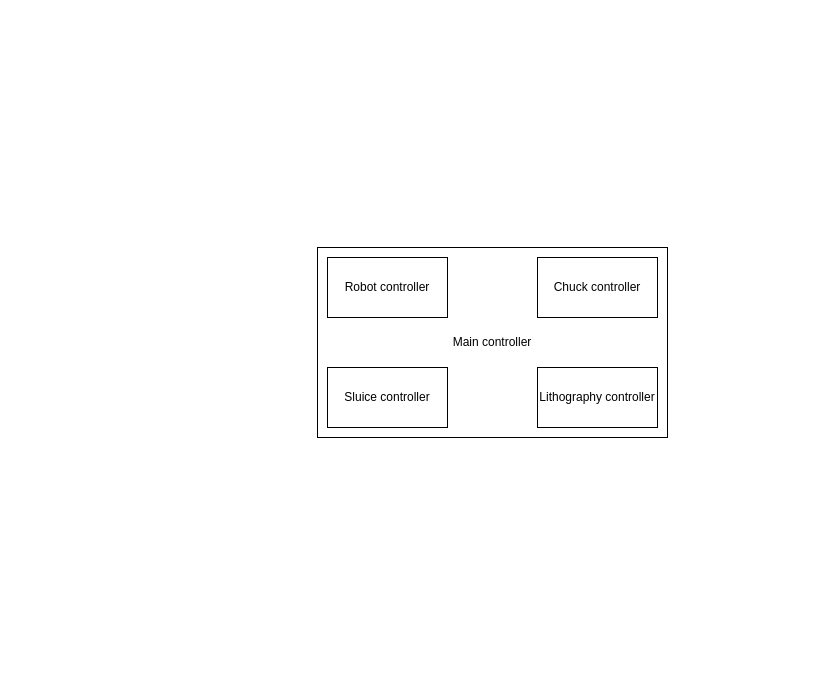
The draw.io diagram Untitled Diagram.drawio in jimvermunt/jimvermunt, before the edit. Source tidied: cells renumbered, new cells numbered last; positions are measured from the earlier drawing's top-left corner, leaving out a move shared by most shapes. Both pictures are drawn from the tidied source at 100%, with x=0, y=0 at pixel (317, 247).
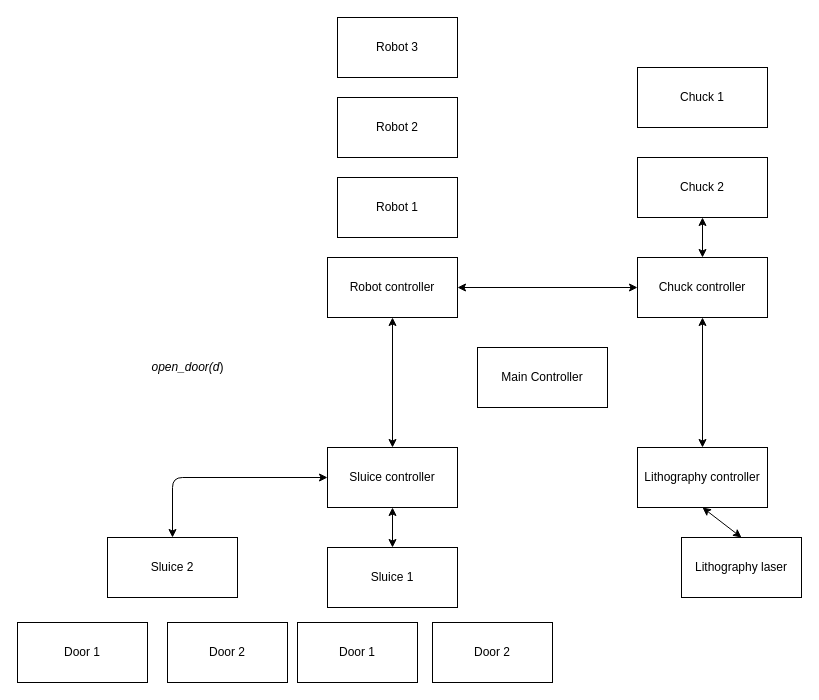
The same diagram, later.

The edit, as a diff of the source:
```diff
@@
-    <mxCell id="2" value="Main controller" style="rounded=0;whiteSpace=wrap;html=1;" parent="1" vertex="1">
-      <mxGeometry width="350" height="190" as="geometry" />
-    </mxCell>
     <mxCell id="3" value="Robot controller" style="rounded=0;whiteSpace=wrap;html=1;" parent="1" vertex="1">
-      <mxGeometry x="10" y="10" width="120" height="60" as="geometry" />
+      <mxGeometry x="10" y="10" width="130" height="60" as="geometry" />
     </mxCell>
     <mxCell id="4" value="Chuck controller" style="rounded=0;whiteSpace=wrap;html=1;" parent="1" vertex="1">
-      <mxGeometry x="220" y="10" width="120" height="60" as="geometry" />
+      <mxGeometry x="320" y="10" width="130" height="60" as="geometry" />
     </mxCell>
     <mxCell id="5" value="&lt;div&gt;Sluice controller&lt;/div&gt;" style="rounded=0;whiteSpace=wrap;html=1;" parent="1" vertex="1">
-      <mxGeometry x="10" y="120" width="120" height="60" as="geometry" />
+      <mxGeometry x="10" y="200" width="130" height="60" as="geometry" />
     </mxCell>
     <mxCell id="6" value="Lithography controller" style="rounded=0;whiteSpace=wrap;html=1;" parent="1" vertex="1">
-      <mxGeometry x="220" y="120" width="120" height="60" as="geometry" />
+      <mxGeometry x="320" y="200" width="130" height="60" as="geometry" />
     </mxCell>
+    <mxCell id="7" value="Robot 1" style="rounded=0;whiteSpace=wrap;html=1;" parent="1" vertex="1">
+      <mxGeometry x="20" y="-70" width="120" height="60" as="geometry" />
+    </mxCell>
+    <mxCell id="8" value="Robot 2" style="rounded=0;whiteSpace=wrap;html=1;" parent="1" vertex="1">
+      <mxGeometry x="20" y="-150" width="120" height="60" as="geometry" />
+    </mxCell>
+    <mxCell id="9" value="Robot 3" style="rounded=0;whiteSpace=wrap;html=1;" parent="1" vertex="1">
+      <mxGeometry x="20" y="-230" width="120" height="60" as="geometry" />
+    </mxCell>
+    <mxCell id="10" value="Chuck 1" style="rounded=0;whiteSpace=wrap;html=1;" parent="1" vertex="1">
+      <mxGeometry x="320" y="-180" width="130" height="60" as="geometry" />
+    </mxCell>
+    <mxCell id="11" value="&lt;div&gt;Chuck 2&lt;/div&gt;" style="rounded=0;whiteSpace=wrap;html=1;" parent="1" vertex="1">
+      <mxGeometry x="320" y="-90" width="130" height="60" as="geometry" />
+    </mxCell>
+    <mxCell id="12" value="Lithography laser" style="rounded=0;whiteSpace=wrap;html=1;" parent="1" vertex="1">
+      <mxGeometry x="364" y="290" width="120" height="60" as="geometry" />
+    </mxCell>
+    <mxCell id="13" value="Sluice 2" style="rounded=0;whiteSpace=wrap;html=1;" parent="1" vertex="1">
+      <mxGeometry x="-210" y="290" width="130" height="60" as="geometry" />
+    </mxCell>
+    <mxCell id="14" value="Sluice 1" style="rounded=0;whiteSpace=wrap;html=1;" parent="1" vertex="1">
+      <mxGeometry x="10" y="300" width="130" height="60" as="geometry" />
+    </mxCell>
+    <mxCell id="15" value="Door 1" style="rounded=0;whiteSpace=wrap;html=1;" parent="1" vertex="1">
+      <mxGeometry x="-20" y="375" width="120" height="60" as="geometry" />
+    </mxCell>
+    <mxCell id="16" value="Door 2" style="rounded=0;whiteSpace=wrap;html=1;" parent="1" vertex="1">
+      <mxGeometry x="115" y="375" width="120" height="60" as="geometry" />
+    </mxCell>
+    <mxCell id="17" value="Door 1" style="rounded=0;whiteSpace=wrap;html=1;" parent="1" vertex="1">
+      <mxGeometry x="-300" y="375" width="130" height="60" as="geometry" />
+    </mxCell>
+    <mxCell id="18" value="Door 2" style="rounded=0;whiteSpace=wrap;html=1;" parent="1" vertex="1">
+      <mxGeometry x="-150" y="375" width="120" height="60" as="geometry" />
+    </mxCell>
+    <mxCell id="19" style="endArrow=classic;startArrow=classic;html=1;exitX=0.5;exitY=0;exitDx=0;exitDy=0;entryX=0;entryY=0.5;entryDx=0;entryDy=0;" parent="1" edge="1" source="13" target="5">
+      <mxGeometry relative="1" as="geometry">
+        <Array as="points">
+          <mxPoint x="-145" y="230" />
+        </Array>
+      </mxGeometry>
+    </mxCell>
+    <mxCell id="20" style="endArrow=classic;startArrow=classic;html=1;exitX=0.5;exitY=0;exitDx=0;exitDy=0;entryX=0.5;entryY=1;entryDx=0;entryDy=0;" parent="1" edge="1" source="14" target="5">
+      <mxGeometry relative="1" as="geometry" />
+    </mxCell>
+    <mxCell id="21" value="&lt;i&gt;open_door(d&lt;/i&gt;)" style="text;html=1;align=center;verticalAlign=middle;strokeColor=none;fillColor=none;" parent="1" vertex="1">
+      <mxGeometry x="-175" y="110" width="90" height="20" as="geometry" />
+    </mxCell>
+    <mxCell id="22" style="endArrow=classic;startArrow=classic;html=1;entryX=0.5;entryY=1;entryDx=0;entryDy=0;exitX=0.5;exitY=0;exitDx=0;exitDy=0;" parent="1" edge="1" source="12" target="6">
+      <mxGeometry relative="1" as="geometry" />
+    </mxCell>
+    <mxCell id="23" style="endArrow=classic;startArrow=classic;html=1;entryX=0.5;entryY=0;entryDx=0;entryDy=0;exitX=0.5;exitY=1;exitDx=0;exitDy=0;" parent="1" edge="1" source="11" target="4">
+      <mxGeometry relative="1" as="geometry" />
+    </mxCell>
+    <mxCell id="24" style="endArrow=classic;startArrow=classic;html=1;entryX=0;entryY=0.5;entryDx=0;entryDy=0;exitX=1;exitY=0.5;exitDx=0;exitDy=0;" parent="1" edge="1" source="3" target="4">
+      <mxGeometry relative="1" as="geometry" />
+    </mxCell>
+    <mxCell id="25" style="endArrow=classic;startArrow=classic;html=1;entryX=0.5;entryY=0;entryDx=0;entryDy=0;exitX=0.5;exitY=1;exitDx=0;exitDy=0;" parent="1" edge="1" source="3" target="5">
+      <mxGeometry relative="1" as="geometry" />
+    </mxCell>
+    <mxCell id="26" style="endArrow=classic;startArrow=classic;html=1;entryX=0.5;entryY=1;entryDx=0;entryDy=0;exitX=0.5;exitY=0;exitDx=0;exitDy=0;" parent="1" edge="1" source="6" target="4">
+      <mxGeometry relative="1" as="geometry" />
+    </mxCell>
+    <mxCell id="27" value="Main Controller" style="rounded=0;whiteSpace=wrap;html=1;" parent="1" vertex="1">
+      <mxGeometry x="160" y="100" width="130" height="60" as="geometry" />
+    </mxCell>
```
